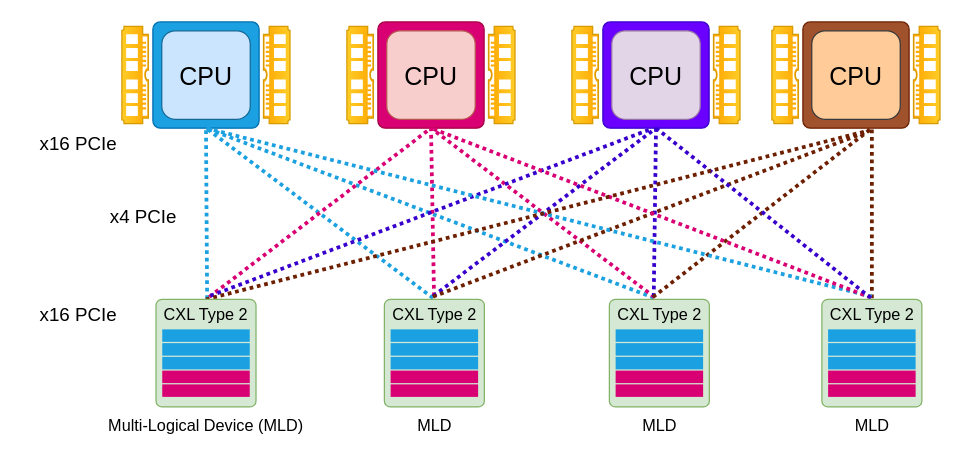
Earlier version of the draw.io diagram CXL Direct Attach Pooling No Switch.drawio (kamilkhan52/cxl_diagrams). Source tidied: cells renumbered, new cells numbered last; positions are measured from the earlier drawing's top-left corner, leaving out a move shared by most shapes. Both pictures are drawn from the tidied source at 125%, with x=0, y=0 at pixel (21, 21).
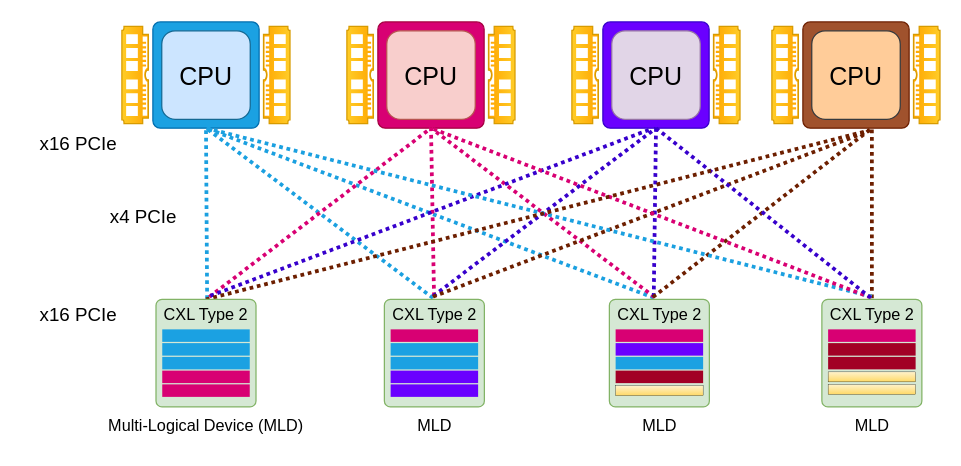
The same diagram, later.

The edit, as a diff of the source:
```diff
@@
-    <mxCell id="54" style="rounded=0;whiteSpace=wrap;html=1;fillColor=#1ba1e2;strokeColor=none;shadow=0;fontColor=#ffffff;textShadow=0;" parent="1" vertex="1">
+    <mxCell id="54" style="rounded=0;whiteSpace=wrap;html=1;fillColor=#d80073;strokeColor=none;shadow=0;fontColor=#ffffff;textShadow=0;" parent="1" vertex="1">
       <mxGeometry x="295" y="246" width="70" height="10" as="geometry" />
     </mxCell>
@@
-    <mxCell id="57" style="rounded=0;whiteSpace=wrap;html=1;fillColor=#d80073;strokeColor=none;shadow=0;textShadow=0;" parent="1" vertex="1">
+    <mxCell id="57" style="rounded=0;whiteSpace=wrap;html=1;fillColor=#6a00ff;strokeColor=none;shadow=0;textShadow=0;fontColor=#ffffff;" parent="1" vertex="1">
       <mxGeometry x="295" y="279" width="70" height="10" as="geometry" />
     </mxCell>
-    <mxCell id="58" style="rounded=0;whiteSpace=wrap;html=1;fillColor=#d80073;strokeColor=none;shadow=0;fontColor=#ffffff;textShadow=0;" parent="1" vertex="1">
+    <mxCell id="58" style="rounded=0;whiteSpace=wrap;html=1;fillColor=#6a00ff;strokeColor=none;shadow=0;fontColor=#ffffff;textShadow=0;" parent="1" vertex="1">
       <mxGeometry x="295" y="290" width="70" height="10" as="geometry" />
     </mxCell>
@@
-    <mxCell id="62" style="rounded=0;whiteSpace=wrap;html=1;fillColor=#1ba1e2;strokeColor=none;shadow=0;fontColor=#ffffff;textShadow=0;" parent="1" vertex="1">
+    <mxCell id="62" style="rounded=0;whiteSpace=wrap;html=1;fillColor=#d80073;strokeColor=none;shadow=0;fontColor=#ffffff;textShadow=0;" parent="1" vertex="1">
       <mxGeometry x="475" y="246" width="70" height="10" as="geometry" />
     </mxCell>
-    <mxCell id="63" style="rounded=0;whiteSpace=wrap;html=1;fillColor=#1ba1e2;strokeColor=none;shadow=0;fontColor=#ffffff;textShadow=0;" parent="1" vertex="1">
+    <mxCell id="63" style="rounded=0;whiteSpace=wrap;html=1;fillColor=#6a00ff;strokeColor=none;shadow=0;fontColor=#ffffff;textShadow=0;" parent="1" vertex="1">
       <mxGeometry x="475" y="257" width="70" height="10" as="geometry" />
     </mxCell>
@@
-    <mxCell id="65" style="rounded=0;whiteSpace=wrap;html=1;fillColor=#d80073;strokeColor=none;shadow=0;textShadow=0;" parent="1" vertex="1">
+    <mxCell id="65" style="rounded=0;whiteSpace=wrap;html=1;fillColor=#a20025;strokeColor=none;shadow=0;textShadow=0;fontColor=#ffffff;" parent="1" vertex="1">
       <mxGeometry x="475" y="279" width="70" height="10" as="geometry" />
     </mxCell>
-    <mxCell id="66" style="rounded=0;whiteSpace=wrap;html=1;fillColor=#d80073;strokeColor=none;shadow=0;fontColor=#ffffff;textShadow=0;" parent="1" vertex="1">
-      <mxGeometry x="475" y="290" width="70" height="10" as="geometry" />
+    <mxCell id="66" style="rounded=0;whiteSpace=wrap;html=1;fillColor=#fff2cc;strokeColor=default;shadow=0;textShadow=0;gradientColor=#ffd966;strokeWidth=0.25;" parent="1" vertex="1">
+      <mxGeometry x="475" y="291" width="70" height="8" as="geometry" />
     </mxCell>
@@
-    <mxCell id="70" style="rounded=0;whiteSpace=wrap;html=1;fillColor=#1ba1e2;strokeColor=none;shadow=0;fontColor=#ffffff;textShadow=0;" parent="1" vertex="1">
+    <mxCell id="70" style="rounded=0;whiteSpace=wrap;html=1;fillColor=#d80073;strokeColor=none;shadow=0;fontColor=#ffffff;textShadow=0;" parent="1" vertex="1">
       <mxGeometry x="645" y="246" width="70" height="10" as="geometry" />
     </mxCell>
-    <mxCell id="71" style="rounded=0;whiteSpace=wrap;html=1;fillColor=#1ba1e2;strokeColor=none;shadow=0;fontColor=#ffffff;textShadow=0;" parent="1" vertex="1">
+    <mxCell id="71" style="rounded=0;whiteSpace=wrap;html=1;fillColor=#a20025;strokeColor=none;shadow=0;fontColor=#ffffff;textShadow=0;" parent="1" vertex="1">
       <mxGeometry x="645" y="257" width="70" height="10" as="geometry" />
     </mxCell>
-    <mxCell id="72" style="rounded=0;whiteSpace=wrap;html=1;fillColor=#1ba1e2;strokeColor=none;shadow=0;fontColor=#ffffff;textShadow=0;" parent="1" vertex="1">
+    <mxCell id="72" style="rounded=0;whiteSpace=wrap;html=1;fillColor=#a20025;strokeColor=none;shadow=0;fontColor=#ffffff;textShadow=0;" parent="1" vertex="1">
       <mxGeometry x="645" y="268" width="70" height="10" as="geometry" />
     </mxCell>
-    <mxCell id="73" style="rounded=0;whiteSpace=wrap;html=1;fillColor=#d80073;strokeColor=none;shadow=0;textShadow=0;" parent="1" vertex="1">
-      <mxGeometry x="645" y="279" width="70" height="10" as="geometry" />
+    <mxCell id="73" style="rounded=0;whiteSpace=wrap;html=1;fillColor=#fff2cc;strokeColor=default;shadow=0;textShadow=0;glass=0;fillStyle=solid;gradientColor=#ffd966;strokeWidth=0.25;" parent="1" vertex="1">
+      <mxGeometry x="645" y="280" width="70" height="8" as="geometry" />
     </mxCell>
-    <mxCell id="74" style="rounded=0;whiteSpace=wrap;html=1;fillColor=#d80073;strokeColor=none;shadow=0;fontColor=#ffffff;textShadow=0;" parent="1" vertex="1">
-      <mxGeometry x="645" y="290" width="70" height="10" as="geometry" />
+    <mxCell id="74" style="rounded=0;whiteSpace=wrap;html=1;fillColor=#fff2cc;strokeColor=default;shadow=0;textShadow=0;glass=0;fillStyle=solid;gradientColor=#ffd966;strokeWidth=0.25;" parent="1" vertex="1">
+      <mxGeometry x="645" y="290" width="70" height="8" as="geometry" />
     </mxCell>
```
